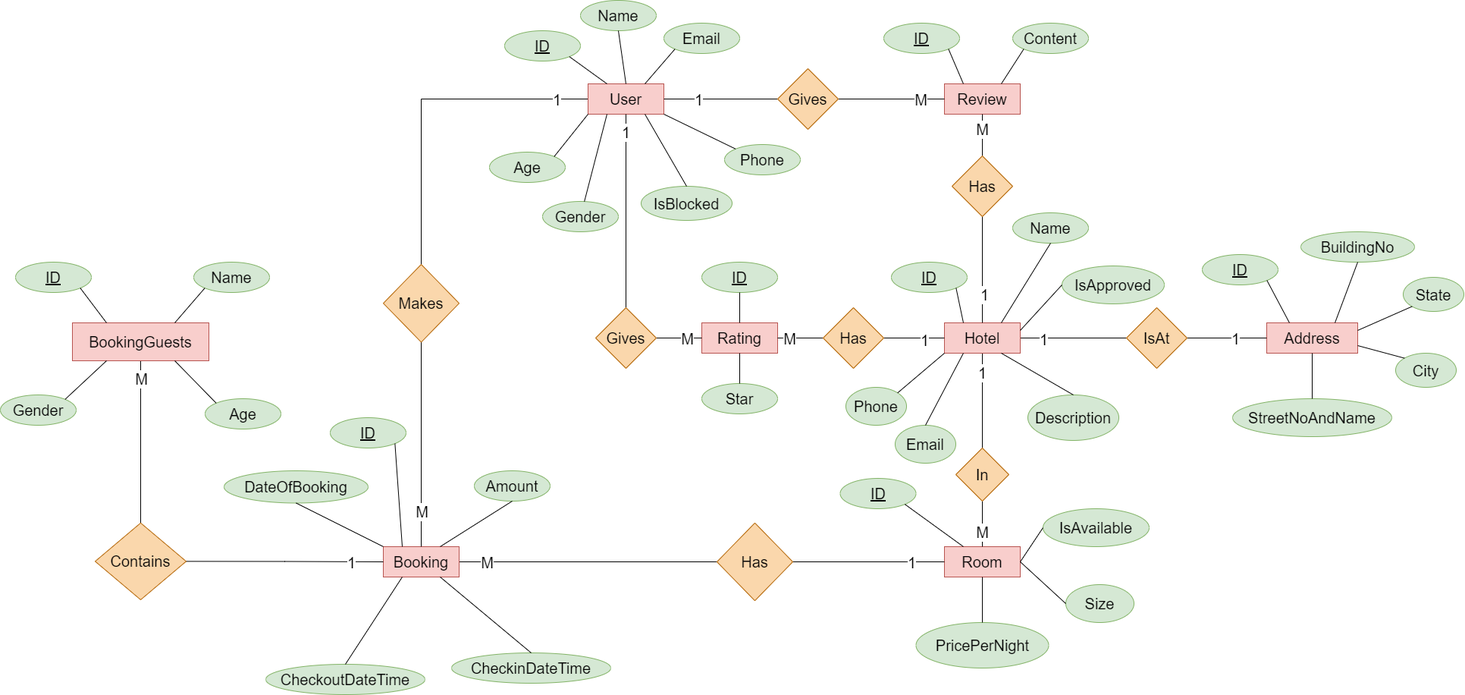
The draw.io diagram ERD.png in bhavankumar2911/presidio_mini_project, before a commit. Source tidied: cells renumbered, new cells last; positions are measured from the earlier drawing's top-left corner, leaving out a move shared by most shapes.
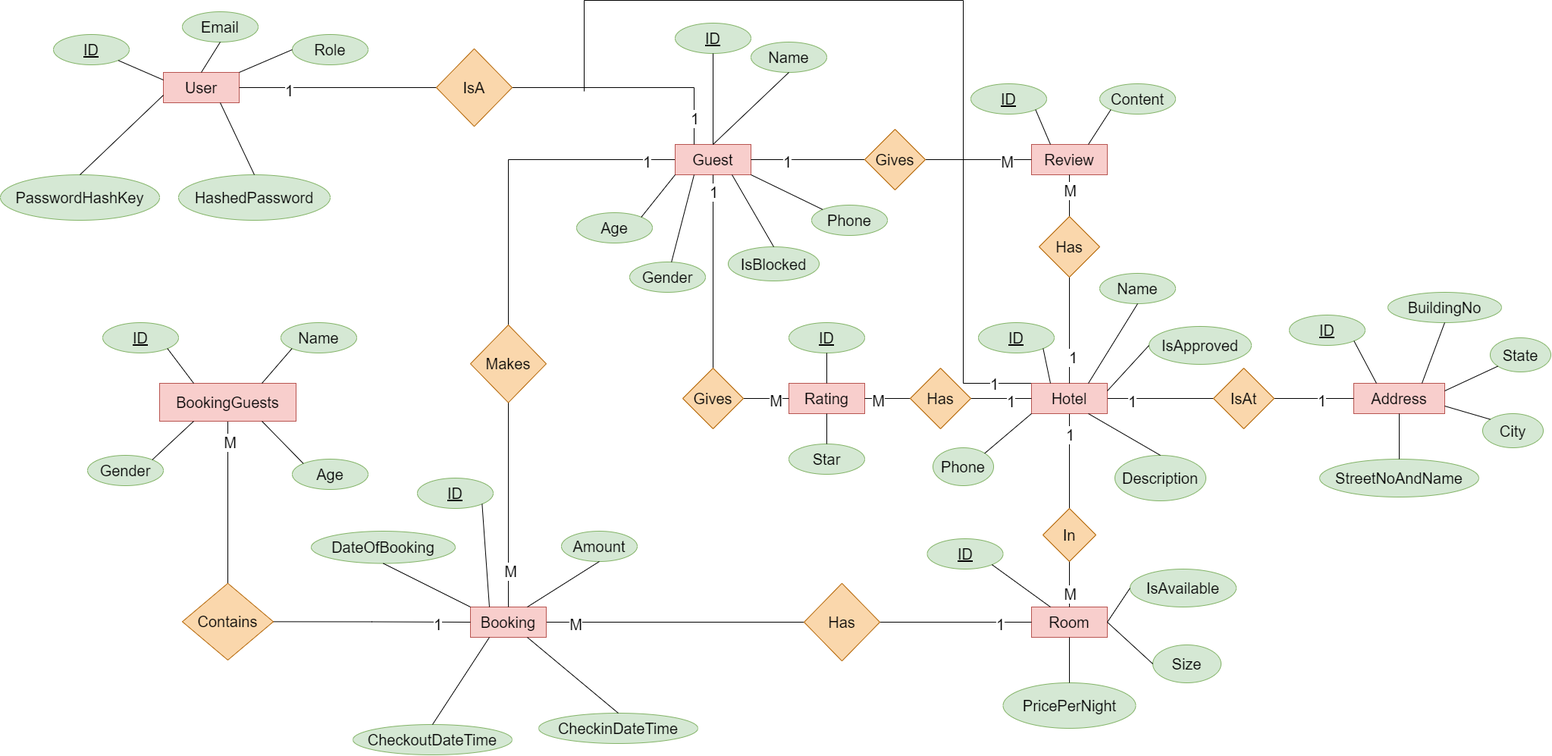
Above is the later version.

Diff of the diagram source:
```diff
@@ -1,4 +1,4 @@
-<mxGraphModel background="#ffffff">
+<mxGraphModel>
   <root>
     <mxCell id="0" />
     <mxCell id="1" parent="0" />
@@ -8,18 +8,15 @@
     <mxCell id="3" value="&lt;font style=&quot;font-size: 20px;&quot;&gt;1&lt;/font&gt;" style="edgeLabel;html=1;align=center;verticalAlign=middle;" parent="2" vertex="1">
       <mxGeometry x="-0.81" relative="1" as="geometry" />
     </mxCell>
-    <mxCell id="4" value="&lt;font style=&quot;font-size: 20px;&quot;&gt;User&lt;/font&gt;" style="rounded=0;whiteSpace=wrap;html=1;fillColor=#f8cecc;strokeColor=#b85450;" parent="1" vertex="1">
+    <mxCell id="4" value="&lt;font style=&quot;font-size: 20px;&quot;&gt;Guest&lt;/font&gt;" style="rounded=0;whiteSpace=wrap;html=1;fillColor=#f8cecc;strokeColor=#b85450;" parent="1" vertex="1">
       <mxGeometry x="775" y="110" width="100" height="40" as="geometry" />
     </mxCell>
     <mxCell id="5" value="&lt;font style=&quot;font-size: 20px;&quot;&gt;&lt;u&gt;ID&lt;/u&gt;&lt;/font&gt;" style="ellipse;whiteSpace=wrap;html=1;fillColor=#d5e8d4;strokeColor=#82b366;" parent="1" vertex="1">
-      <mxGeometry x="665" y="40" width="100" height="40" as="geometry" />
+      <mxGeometry x="775" y="-50" width="100" height="40" as="geometry" />
     </mxCell>
     <mxCell id="6" value="&lt;font style=&quot;font-size: 20px;&quot;&gt;Name&lt;/font&gt;" style="ellipse;whiteSpace=wrap;html=1;fillColor=#d5e8d4;strokeColor=#82b366;" parent="1" vertex="1">
-      <mxGeometry x="765" width="100" height="40" as="geometry" />
+      <mxGeometry x="875" y="-25" width="100" height="40" as="geometry" />
     </mxCell>
-    <mxCell id="7" value="&lt;font style=&quot;font-size: 20px;&quot;&gt;Email&lt;/font&gt;" style="ellipse;whiteSpace=wrap;html=1;fillColor=#d5e8d4;strokeColor=#82b366;" parent="1" vertex="1">
-      <mxGeometry x="875" y="30" width="100" height="40" as="geometry" />
-    </mxCell>
     <mxCell id="8" value="&lt;font style=&quot;font-size: 20px;&quot;&gt;Phone&lt;/font&gt;" style="ellipse;whiteSpace=wrap;html=1;fillColor=#d5e8d4;strokeColor=#82b366;" parent="1" vertex="1">
       <mxGeometry x="955" y="190" width="100" height="40" as="geometry" />
     </mxCell>
@@ -32,7 +29,7 @@
     <mxCell id="11" style="endArrow=none;html=1;rounded=0;entryX=0.5;entryY=1;entryDx=0;entryDy=0;exitX=0.5;exitY=0;exitDx=0;exitDy=0;" parent="1" edge="1" source="4" target="6">
       <mxGeometry relative="1" as="geometry" />
     </mxCell>
-    <mxCell id="12" style="endArrow=none;html=1;rounded=0;entryX=1;entryY=1;entryDx=0;entryDy=0;exitX=0.25;exitY=0;exitDx=0;exitDy=0;" parent="1" edge="1" source="4" target="5">
+    <mxCell id="12" style="endArrow=none;html=1;rounded=0;entryX=0.5;entryY=1;entryDx=0;entryDy=0;exitX=0.5;exitY=0;exitDx=0;exitDy=0;" parent="1" edge="1" source="4" target="5">
       <mxGeometry relative="1" as="geometry" />
     </mxCell>
     <mxCell id="13" style="endArrow=none;html=1;rounded=0;entryX=1;entryY=0;entryDx=0;entryDy=0;exitX=0;exitY=1;exitDx=0;exitDy=0;" parent="1" edge="1" source="4" target="9">
@@ -44,9 +41,6 @@
     <mxCell id="15" style="endArrow=none;html=1;rounded=0;exitX=1;exitY=1;exitDx=0;exitDy=0;entryX=0;entryY=0;entryDx=0;entryDy=0;" parent="1" edge="1" source="4" target="8">
       <mxGeometry relative="1" as="geometry" />
     </mxCell>
-    <mxCell id="16" style="endArrow=none;html=1;rounded=0;exitX=0;exitY=1;exitDx=0;exitDy=0;entryX=0.75;entryY=0;entryDx=0;entryDy=0;" parent="1" edge="1" source="7" target="4">
-      <mxGeometry relative="1" as="geometry" />
-    </mxCell>
     <mxCell id="17" style="edgeStyle=orthogonalEdgeStyle;rounded=0;jettySize=auto;html=1;exitX=1;exitY=0.5;exitDx=0;exitDy=0;entryX=0;entryY=0.5;entryDx=0;entryDy=0;endArrow=none;endFill=0;" parent="1" edge="1" source="21" target="39">
       <mxGeometry relative="1" as="geometry" />
     </mxCell>
@@ -59,6 +53,21 @@
     <mxCell id="20" value="&lt;font style=&quot;font-size: 20px;&quot;&gt;1&lt;/font&gt;" style="edgeLabel;html=1;align=center;verticalAlign=middle;" parent="19" vertex="1">
       <mxGeometry x="-0.58" y="-1" relative="1" as="geometry" />
     </mxCell>
+    <mxCell id="125" style="edgeStyle=orthogonalEdgeStyle;rounded=0;jettySize=auto;html=1;exitX=0;exitY=0;exitDx=0;exitDy=0;endArrow=none;endFill=0;" parent="1" edge="1" source="21">
+      <mxGeometry relative="1" as="geometry">
+        <mxPoint x="655" y="40" as="targetPoint" />
+        <Array as="points">
+          <mxPoint x="1155" y="425" />
+          <mxPoint x="1155" y="-80" />
+          <mxPoint x="655" y="-80" />
+        </Array>
+      </mxGeometry>
+    </mxCell>
+    <mxCell id="126" value="&lt;font style=&quot;font-size: 20px;&quot;&gt;1&lt;/font&gt;" style="edgeLabel;html=1;align=center;verticalAlign=middle;" parent="125" vertex="1">
+      <mxGeometry x="-0.92" y="-1" relative="1" as="geometry">
+        <mxPoint x="-1" as="offset" />
+      </mxGeometry>
+    </mxCell>
     <mxCell id="21" value="&lt;font style=&quot;font-size: 20px;&quot;&gt;Hotel&lt;/font&gt;" style="rounded=0;whiteSpace=wrap;html=1;fillColor=#f8cecc;strokeColor=#b85450;" parent="1" vertex="1">
       <mxGeometry x="1245" y="425" width="100" height="40" as="geometry" />
     </mxCell>
@@ -249,15 +258,9 @@
     <mxCell id="82" value="&lt;font style=&quot;font-size: 20px;&quot;&gt;Phone&lt;/font&gt;" style="ellipse;whiteSpace=wrap;html=1;fillColor=#d5e8d4;strokeColor=#82b366;" parent="1" vertex="1">
       <mxGeometry x="1115" y="510" width="80" height="50" as="geometry" />
     </mxCell>
-    <mxCell id="83" value="&lt;font style=&quot;font-size: 20px;&quot;&gt;Email&lt;/font&gt;" style="ellipse;whiteSpace=wrap;html=1;fillColor=#d5e8d4;strokeColor=#82b366;" parent="1" vertex="1">
-      <mxGeometry x="1180" y="560" width="80" height="50" as="geometry" />
-    </mxCell>
     <mxCell id="84" style="endArrow=none;html=1;rounded=0;exitX=1;exitY=0;exitDx=0;exitDy=0;entryX=0;entryY=1;entryDx=0;entryDy=0;" parent="1" edge="1" source="82" target="21">
       <mxGeometry relative="1" as="geometry" />
     </mxCell>
-    <mxCell id="85" style="endArrow=none;html=1;rounded=0;exitX=0.5;exitY=0;exitDx=0;exitDy=0;entryX=0.25;entryY=1;entryDx=0;entryDy=0;" parent="1" edge="1" source="83" target="21">
-      <mxGeometry relative="1" as="geometry" />
-    </mxCell>
     <mxCell id="86" style="edgeStyle=orthogonalEdgeStyle;rounded=0;jettySize=auto;html=1;exitX=1;exitY=0.5;exitDx=0;exitDy=0;entryX=0;entryY=0.5;entryDx=0;entryDy=0;endArrow=none;endFill=0;" parent="1" edge="1" source="88" target="106">
       <mxGeometry relative="1" as="geometry" />
     </mxCell>
@@ -379,5 +382,57 @@
     <mxCell id="124" style="endArrow=none;html=1;rounded=0;exitX=0.75;exitY=1;exitDx=0;exitDy=0;entryX=0.5;entryY=0;entryDx=0;entryDy=0;" parent="1" edge="1" source="4" target="123">
       <mxGeometry relative="1" as="geometry" />
     </mxCell>
+    <mxCell id="127" value="&lt;font style=&quot;font-size: 20px;&quot;&gt;User&lt;/font&gt;" style="rounded=0;whiteSpace=wrap;html=1;fillColor=#f8cecc;strokeColor=#b85450;" parent="1" vertex="1">
+      <mxGeometry x="100" y="15" width="100" height="40" as="geometry" />
+    </mxCell>
+    <mxCell id="128" value="&lt;font style=&quot;font-size: 20px;&quot;&gt;&lt;u&gt;ID&lt;/u&gt;&lt;/font&gt;" style="ellipse;whiteSpace=wrap;html=1;fillColor=#d5e8d4;strokeColor=#82b366;" parent="1" vertex="1">
+      <mxGeometry x="-45" y="-35" width="100" height="40" as="geometry" />
+    </mxCell>
+    <mxCell id="129" value="&lt;font style=&quot;font-size: 20px;&quot;&gt;Email&lt;/font&gt;" style="ellipse;whiteSpace=wrap;html=1;fillColor=#d5e8d4;strokeColor=#82b366;" parent="1" vertex="1">
+      <mxGeometry x="125" y="-65" width="100" height="40" as="geometry" />
+    </mxCell>
+    <mxCell id="130" value="&lt;font style=&quot;font-size: 20px;&quot;&gt;PasswordHashKey&lt;/font&gt;" style="ellipse;whiteSpace=wrap;html=1;fillColor=#d5e8d4;strokeColor=#82b366;" parent="1" vertex="1">
+      <mxGeometry x="-115" y="150" width="210" height="60" as="geometry" />
+    </mxCell>
+    <mxCell id="131" value="&lt;font style=&quot;font-size: 20px;&quot;&gt;HashedPassword&lt;/font&gt;" style="ellipse;whiteSpace=wrap;html=1;fillColor=#d5e8d4;strokeColor=#82b366;" parent="1" vertex="1">
+      <mxGeometry x="120" y="150" width="200" height="60" as="geometry" />
+    </mxCell>
+    <mxCell id="132" value="&lt;font style=&quot;font-size: 20px;&quot;&gt;Role&lt;/font&gt;" style="ellipse;whiteSpace=wrap;html=1;fillColor=#d5e8d4;strokeColor=#82b366;" parent="1" vertex="1">
+      <mxGeometry x="270" y="-35" width="100" height="40" as="geometry" />
+    </mxCell>
+    <mxCell id="133" style="endArrow=none;html=1;rounded=0;entryX=1;entryY=1;entryDx=0;entryDy=0;exitX=0;exitY=0.25;exitDx=0;exitDy=0;" parent="1" edge="1" source="127" target="128">
+      <mxGeometry relative="1" as="geometry" />
+    </mxCell>
+    <mxCell id="134" style="endArrow=none;html=1;rounded=0;entryX=0.5;entryY=0;entryDx=0;entryDy=0;exitX=0;exitY=0.75;exitDx=0;exitDy=0;" parent="1" edge="1" source="127" target="130">
+      <mxGeometry relative="1" as="geometry" />
+    </mxCell>
+    <mxCell id="135" style="endArrow=none;html=1;rounded=0;entryX=0.5;entryY=0;entryDx=0;entryDy=0;exitX=0.75;exitY=1;exitDx=0;exitDy=0;" parent="1" edge="1" source="127" target="131">
+      <mxGeometry relative="1" as="geometry" />
+    </mxCell>
+    <mxCell id="136" style="endArrow=none;html=1;rounded=0;entryX=0;entryY=0.5;entryDx=0;entryDy=0;exitX=1;exitY=0;exitDx=0;exitDy=0;" parent="1" edge="1" source="127" target="132">
+      <mxGeometry relative="1" as="geometry" />
+    </mxCell>
+    <mxCell id="137" style="endArrow=none;html=1;rounded=0;entryX=0.5;entryY=1;entryDx=0;entryDy=0;exitX=0.5;exitY=0;exitDx=0;exitDy=0;" parent="1" edge="1" source="127" target="129">
+      <mxGeometry relative="1" as="geometry" />
+    </mxCell>
+    <mxCell id="138" style="edgeStyle=orthogonalEdgeStyle;rounded=0;jettySize=auto;html=1;exitX=1;exitY=0.5;exitDx=0;exitDy=0;entryX=0.25;entryY=0;entryDx=0;entryDy=0;endArrow=none;endFill=0;" parent="1" edge="1" source="142" target="4">
+      <mxGeometry relative="1" as="geometry" />
+    </mxCell>
+    <mxCell id="139" value="&lt;font style=&quot;font-size: 20px;&quot;&gt;1&lt;/font&gt;" style="edgeLabel;html=1;align=center;verticalAlign=middle;" parent="138" vertex="1">
+      <mxGeometry x="0.77" y="-1" relative="1" as="geometry">
+        <mxPoint y="-1" as="offset" />
+      </mxGeometry>
+    </mxCell>
+    <mxCell id="140" style="edgeStyle=orthogonalEdgeStyle;rounded=0;jettySize=auto;html=1;exitX=0;exitY=0.5;exitDx=0;exitDy=0;entryX=1;entryY=0.5;entryDx=0;entryDy=0;endArrow=none;endFill=0;" parent="1" edge="1" source="142" target="127">
+      <mxGeometry relative="1" as="geometry" />
+    </mxCell>
+    <mxCell id="141" value="&lt;font style=&quot;font-size: 20px;&quot;&gt;1&lt;/font&gt;" style="edgeLabel;html=1;align=center;verticalAlign=middle;" parent="140" vertex="1">
+      <mxGeometry x="0.5" y="1" relative="1" as="geometry">
+        <mxPoint x="-1" as="offset" />
+      </mxGeometry>
+    </mxCell>
+    <mxCell id="142" value="&lt;font style=&quot;font-size: 20px;&quot;&gt;IsA&lt;/font&gt;" style="rhombus;whiteSpace=wrap;html=1;fillColor=#fad7ac;strokeColor=#b46504;" parent="1" vertex="1">
+      <mxGeometry x="460" y="-16.2" width="100" height="102.5" as="geometry" />
+    </mxCell>
   </root>
 </mxGraphModel>
```
